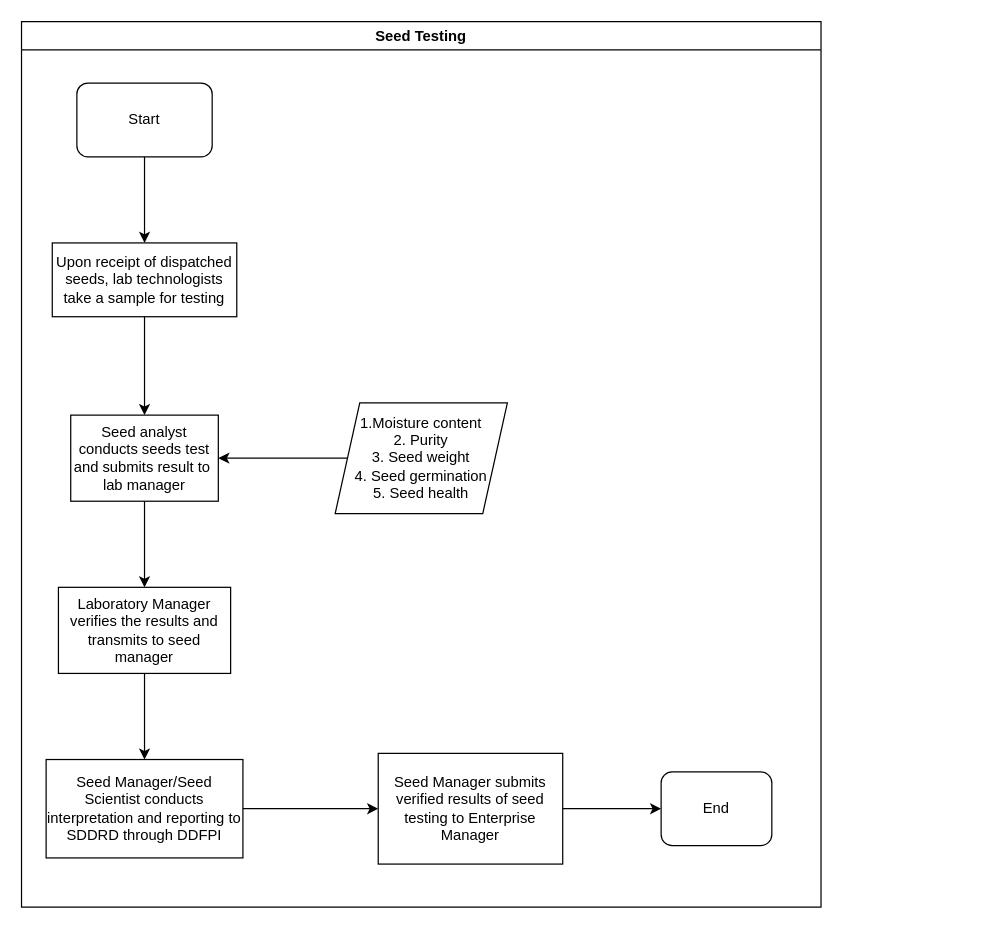
Earlier version of the draw.io diagram KEFRI-R&D-Seed Testing.drawio (kmagua/flowcharts). Source tidied: cells renumbered, new cells numbered last; positions are measured from the earlier drawing's top-left corner, leaving out a move shared by most shapes. Both pictures are drawn from the tidied source at 123%, with x=0, y=0 at pixel (21, 21).
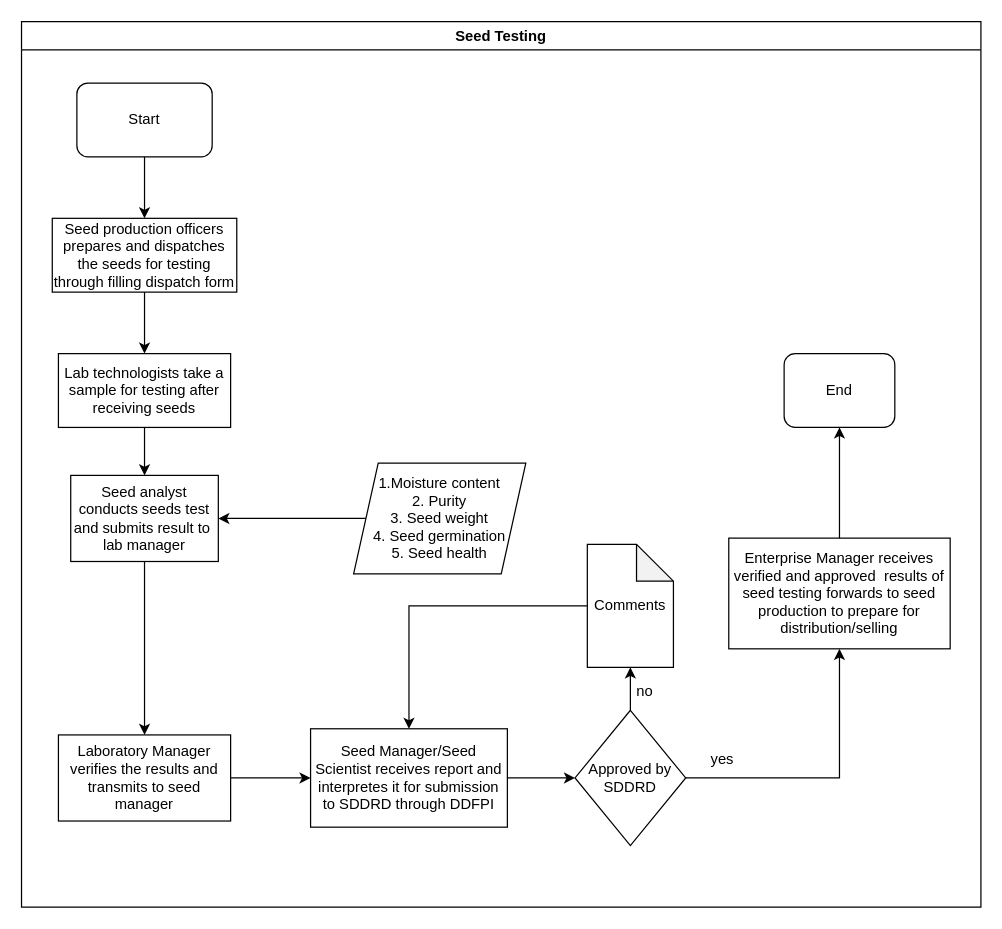
Above is the later version.

The edit, as a diff of the source:
```diff
@@
     <mxCell id="2" value="Seed Testing" style="swimlane;" parent="1" vertex="1">
-      <mxGeometry width="650" height="720" as="geometry" />
+      <mxGeometry width="780" height="720" as="geometry" />
     </mxCell>
@@
-    <mxCell id="4" value="Upon receipt of dispatched seeds, lab technologists take a sample for testing" style="rounded=0;whiteSpace=wrap;html=1;" parent="2" vertex="1">
-      <mxGeometry x="25" y="180" width="150" height="60" as="geometry" />
+    <mxCell id="4" value="Seed production officers prepares and dispatches the seeds for testing through filling dispatch form " style="rounded=0;whiteSpace=wrap;html=1;" parent="2" vertex="1">
+      <mxGeometry x="25" y="160" width="150" height="60" as="geometry" />
     </mxCell>
@@
     <mxCell id="6" value="&lt;div&gt;1.Moisture content&lt;/div&gt;&lt;div&gt;2. Purity&lt;/div&gt;&lt;div&gt;3. Seed weight&lt;/div&gt;&lt;div&gt;4. Seed germination&lt;/div&gt;&lt;div&gt;5. Seed health&lt;br&gt;&lt;/div&gt;" style="shape=parallelogram;perimeter=parallelogramPerimeter;whiteSpace=wrap;html=1;fixedSize=1;" parent="2" vertex="1">
-      <mxGeometry x="255" y="310" width="140" height="90" as="geometry" />
+      <mxGeometry x="270" y="359" width="140" height="90" as="geometry" />
     </mxCell>
-    <mxCell id="7" value="Seed Manager/Seed Scientist conducts interpretation and reporting to SDDRD through DDFPI" style="rounded=0;whiteSpace=wrap;html=1;" parent="2" vertex="1">
-      <mxGeometry x="20" y="600" width="160" height="80" as="geometry" />
+    <mxCell id="7" value="Seed Manager/Seed Scientist receives report and interpretes it for submission to SDDRD through DDFPI" style="rounded=0;whiteSpace=wrap;html=1;" parent="2" vertex="1">
+      <mxGeometry x="235" y="575" width="160" height="80" as="geometry" />
     </mxCell>
-    <mxCell id="8" value="Seed Manager submits verified results of seed testing to Enterprise Manager" style="whiteSpace=wrap;html=1;rounded=0;" parent="2" vertex="1">
-      <mxGeometry x="290" y="595" width="150" height="90" as="geometry" />
-    </mxCell>
-    <mxCell id="9" style="edgeStyle=orthogonalEdgeStyle;rounded=0;jettySize=auto;html=1;" parent="2" edge="1" source="7" target="8">
-      <mxGeometry relative="1" as="geometry" />
-    </mxCell>
     <mxCell id="10" value="End" style="rounded=1;whiteSpace=wrap;html=1;" parent="2" vertex="1">
-      <mxGeometry x="520" y="610" width="90" height="60" as="geometry" />
+      <mxGeometry x="620" y="270" width="90" height="60" as="geometry" />
     </mxCell>
-    <mxCell id="11" style="edgeStyle=orthogonalEdgeStyle;rounded=0;jettySize=auto;html=1;" parent="2" edge="1" source="8" target="10">
-      <mxGeometry relative="1" as="geometry" />
-    </mxCell>
     <mxCell id="12" value="Seed analyst conducts seeds test and submits result to&amp;nbsp; lab manager" style="whiteSpace=wrap;html=1;rounded=0;" parent="2" vertex="1">
-      <mxGeometry x="40" y="320" width="120" height="70" as="geometry" />
+      <mxGeometry x="40" y="369" width="120" height="70" as="geometry" />
     </mxCell>
-    <mxCell id="13" style="edgeStyle=orthogonalEdgeStyle;rounded=0;jettySize=auto;html=1;" parent="2" edge="1" source="4" target="12">
-      <mxGeometry relative="1" as="geometry" />
-    </mxCell>
-    <mxCell id="14" style="edgeStyle=orthogonalEdgeStyle;rounded=0;jettySize=auto;html=1;" parent="2" edge="1" source="6" target="12">
+    <mxCell id="14" style="edgeStyle=orthogonalEdgeStyle;rounded=0;jettySize=auto;html=1;entryX=1;entryY=0.5;entryDx=0;entryDy=0;" parent="2" edge="1" source="6" target="12">
       <mxGeometry relative="1" as="geometry" />
     </mxCell>
@@
     <mxCell id="16" value="Laboratory Manager verifies the results and transmits to seed manager" style="whiteSpace=wrap;html=1;rounded=0;" parent="2" vertex="1">
-      <mxGeometry x="30" y="460" width="140" height="70" as="geometry" />
+      <mxGeometry x="30" y="580" width="140" height="70" as="geometry" />
     </mxCell>
@@
+    <mxCell id="18" value="&lt;div&gt;Approved by&lt;/div&gt;&lt;div&gt;SDDRD&lt;br&gt;&lt;/div&gt;" style="rhombus;whiteSpace=wrap;html=1;rounded=0;" parent="2" vertex="1">
+      <mxGeometry x="450" y="560" width="90" height="110" as="geometry" />
+    </mxCell>
+    <mxCell id="19" style="edgeStyle=orthogonalEdgeStyle;rounded=0;jettySize=auto;html=1;" parent="2" edge="1" source="7" target="18">
+      <mxGeometry relative="1" as="geometry" />
+    </mxCell>
+    <mxCell id="20" value="Enterprise Manager receives verified and approved&amp;nbsp; results of seed testing forwards to seed production to prepare for distribution/selling" style="whiteSpace=wrap;html=1;rounded=0;" parent="2" vertex="1">
+      <mxGeometry x="575" y="420" width="180" height="90" as="geometry" />
+    </mxCell>
+    <mxCell id="21" style="edgeStyle=orthogonalEdgeStyle;rounded=0;jettySize=auto;html=1;exitX=1;exitY=0.5;exitDx=0;exitDy=0;" parent="2" edge="1" source="18" target="20">
+      <mxGeometry relative="1" as="geometry" />
+    </mxCell>
+    <mxCell id="22" value="yes" style="text;html=1;strokeColor=none;fillColor=none;align=center;verticalAlign=middle;whiteSpace=wrap;rounded=0;" parent="2" vertex="1">
+      <mxGeometry x="550" y="590" width="40" height="20" as="geometry" />
+    </mxCell>
+    <mxCell id="23" value="Comments" style="shape=note;whiteSpace=wrap;html=1;backgroundOutline=1;darkOpacity=0.05;rounded=0;" parent="2" vertex="1">
+      <mxGeometry x="460" y="425" width="70" height="100" as="geometry" />
+    </mxCell>
+    <mxCell id="24" style="edgeStyle=orthogonalEdgeStyle;rounded=0;jettySize=auto;html=1;" parent="2" edge="1" source="18" target="23">
+      <mxGeometry relative="1" as="geometry" />
+    </mxCell>
+    <mxCell id="25" style="edgeStyle=orthogonalEdgeStyle;rounded=0;jettySize=auto;html=1;entryX=0.5;entryY=0;entryDx=0;entryDy=0;" parent="2" edge="1" source="23" target="7">
+      <mxGeometry relative="1" as="geometry" />
+    </mxCell>
+    <mxCell id="26" style="edgeStyle=orthogonalEdgeStyle;rounded=0;jettySize=auto;html=1;entryX=0.5;entryY=1;entryDx=0;entryDy=0;" parent="2" edge="1" source="20" target="10">
+      <mxGeometry relative="1" as="geometry" />
+    </mxCell>
+    <mxCell id="27" value="Lab technologists take a sample for testing after receiving seeds" style="whiteSpace=wrap;html=1;rounded=0;" parent="2" vertex="1">
+      <mxGeometry x="30" y="270" width="140" height="60" as="geometry" />
+    </mxCell>
+    <mxCell id="28" style="edgeStyle=orthogonalEdgeStyle;rounded=0;jettySize=auto;html=1;" parent="2" edge="1" source="4" target="27">
+      <mxGeometry relative="1" as="geometry" />
+    </mxCell>
+    <mxCell id="29" style="edgeStyle=orthogonalEdgeStyle;rounded=0;jettySize=auto;html=1;entryX=0.5;entryY=0;entryDx=0;entryDy=0;" parent="2" edge="1" source="27" target="12">
+      <mxGeometry relative="1" as="geometry" />
+    </mxCell>
+    <mxCell id="30" value="no" style="text;html=1;strokeColor=none;fillColor=none;align=center;verticalAlign=middle;whiteSpace=wrap;rounded=0;" parent="1" vertex="1">
+      <mxGeometry x="487" y="535" width="40" height="20" as="geometry" />
+    </mxCell>
```
